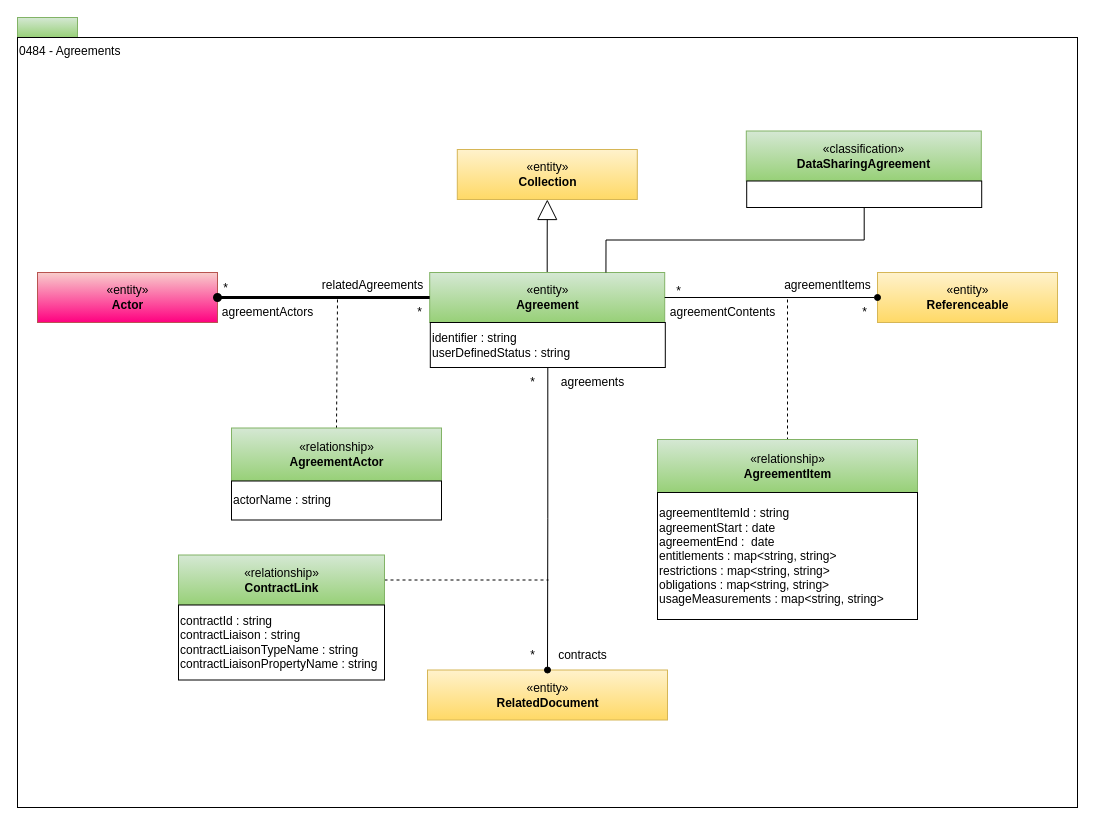
Above: page "0484-Agreements" (30 of 31) of site/docs/types/4/area-4-governance.drawio in odpi/egeria-docs (draw.io), before the change. Source tidied: cells renumbered, new cells numbered last; positions are measured from the earlier drawing's top-left corner, leaving out a move shared by most shapes. Both pictures are drawn from the tidied source at 100%, with x=0, y=0 at pixel (17, 17).
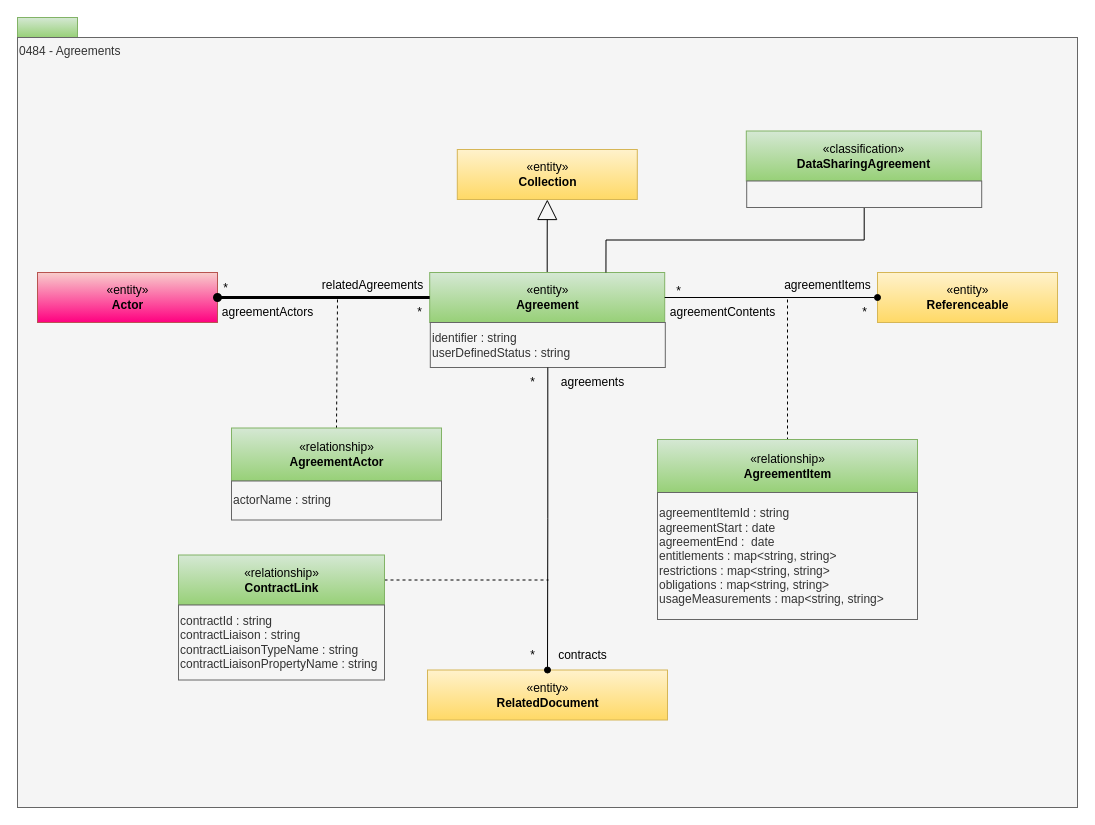
Above is the later version.

Diff of the diagram source:
```diff
@@
-    <mxCell id="3" value="0484 - Agreements" style="rounded=0;whiteSpace=wrap;html=1;align=left;verticalAlign=top;" parent="1" vertex="1">
+    <mxCell id="3" value="0484 - Agreements" style="rounded=0;whiteSpace=wrap;html=1;align=left;verticalAlign=top;fillColor=#f5f5f5;fontColor=#333333;strokeColor=#666666;" parent="1" vertex="1">
       <mxGeometry y="20" width="1060" height="770" as="geometry" />
     </mxCell>
@@
-    <mxCell id="7" value="agreementItemId : string&lt;br&gt;agreementStart : date&lt;br&gt;agreementEnd :&amp;nbsp; date&lt;br&gt;entitlements : map&amp;lt;string, string&amp;gt;&lt;br&gt;restrictions : map&amp;lt;string, string&amp;gt;&lt;br&gt;obligations : map&amp;lt;string, string&amp;gt;&lt;br&gt;usageMeasurements : map&amp;lt;string, string&amp;gt;" style="rounded=0;whiteSpace=wrap;html=1;strokeColor=#000000;gradientColor=#ffffff;align=left;" parent="1" vertex="1">
+    <mxCell id="7" value="agreementItemId : string&lt;br&gt;agreementStart : date&lt;br&gt;agreementEnd :&amp;nbsp; date&lt;br&gt;entitlements : map&amp;lt;string, string&amp;gt;&lt;br&gt;restrictions : map&amp;lt;string, string&amp;gt;&lt;br&gt;obligations : map&amp;lt;string, string&amp;gt;&lt;br&gt;usageMeasurements : map&amp;lt;string, string&amp;gt;" style="rounded=0;whiteSpace=wrap;html=1;strokeColor=#666666;align=left;fillColor=#f5f5f5;fontColor=#333333;" parent="1" vertex="1">
       <mxGeometry x="640" y="475" width="260" height="127" as="geometry" />
     </mxCell>
@@
-    <mxCell id="11" value="identifier : string&lt;div&gt;userDefinedStatus : string&lt;/div&gt;" style="rounded=0;whiteSpace=wrap;html=1;strokeColor=#000000;gradientColor=#ffffff;align=left;" parent="1" vertex="1">
+    <mxCell id="11" value="identifier : string&lt;div&gt;userDefinedStatus : string&lt;/div&gt;" style="rounded=0;whiteSpace=wrap;html=1;strokeColor=#666666;align=left;fillColor=#f5f5f5;fontColor=#333333;" parent="1" vertex="1">
       <mxGeometry x="412.8" y="305" width="235" height="45" as="geometry" />
     </mxCell>
@@
-    <mxCell id="14" value="actorName : string" style="rounded=0;whiteSpace=wrap;html=1;strokeColor=#000000;gradientColor=#ffffff;align=left;" parent="1" vertex="1">
+    <mxCell id="14" value="actorName : string" style="rounded=0;whiteSpace=wrap;html=1;strokeColor=#666666;align=left;fillColor=#f5f5f5;fontColor=#333333;" parent="1" vertex="1">
       <mxGeometry x="214" y="463.5" width="210" height="39" as="geometry" />
     </mxCell>
@@
-    <mxCell id="25" value="contractId : string&lt;br&gt;contractLiaison : string&lt;br&gt;contractLiaisonTypeName : string&lt;br&gt;contractLiaisonPropertyName : string" style="rounded=0;whiteSpace=wrap;html=1;strokeColor=#000000;gradientColor=#ffffff;align=left;" parent="1" vertex="1">
+    <mxCell id="25" value="contractId : string&lt;br&gt;contractLiaison : string&lt;br&gt;contractLiaisonTypeName : string&lt;br&gt;contractLiaisonPropertyName : string" style="rounded=0;whiteSpace=wrap;html=1;strokeColor=#666666;align=left;fillColor=#f5f5f5;fontColor=#333333;" parent="1" vertex="1">
       <mxGeometry x="161" y="587.5" width="206" height="75" as="geometry" />
     </mxCell>
@@
-    <mxCell id="37" style="rounded=0;whiteSpace=wrap;html=1;strokeColor=#000000;gradientColor=#ffffff;align=left;" parent="1" vertex="1">
+    <mxCell id="37" style="rounded=0;whiteSpace=wrap;html=1;strokeColor=#666666;align=left;fillColor=#f5f5f5;fontColor=#333333;" parent="1" vertex="1">
       <mxGeometry x="729.2" y="163.5" width="235" height="26.5" as="geometry" />
     </mxCell>
```
